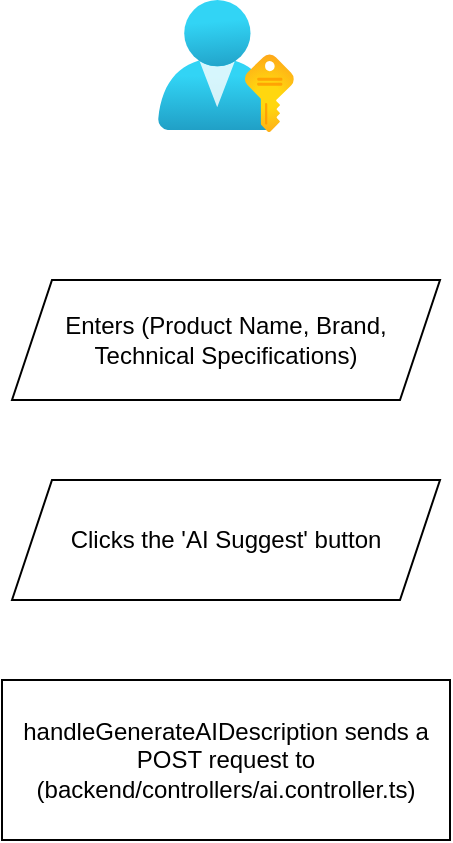
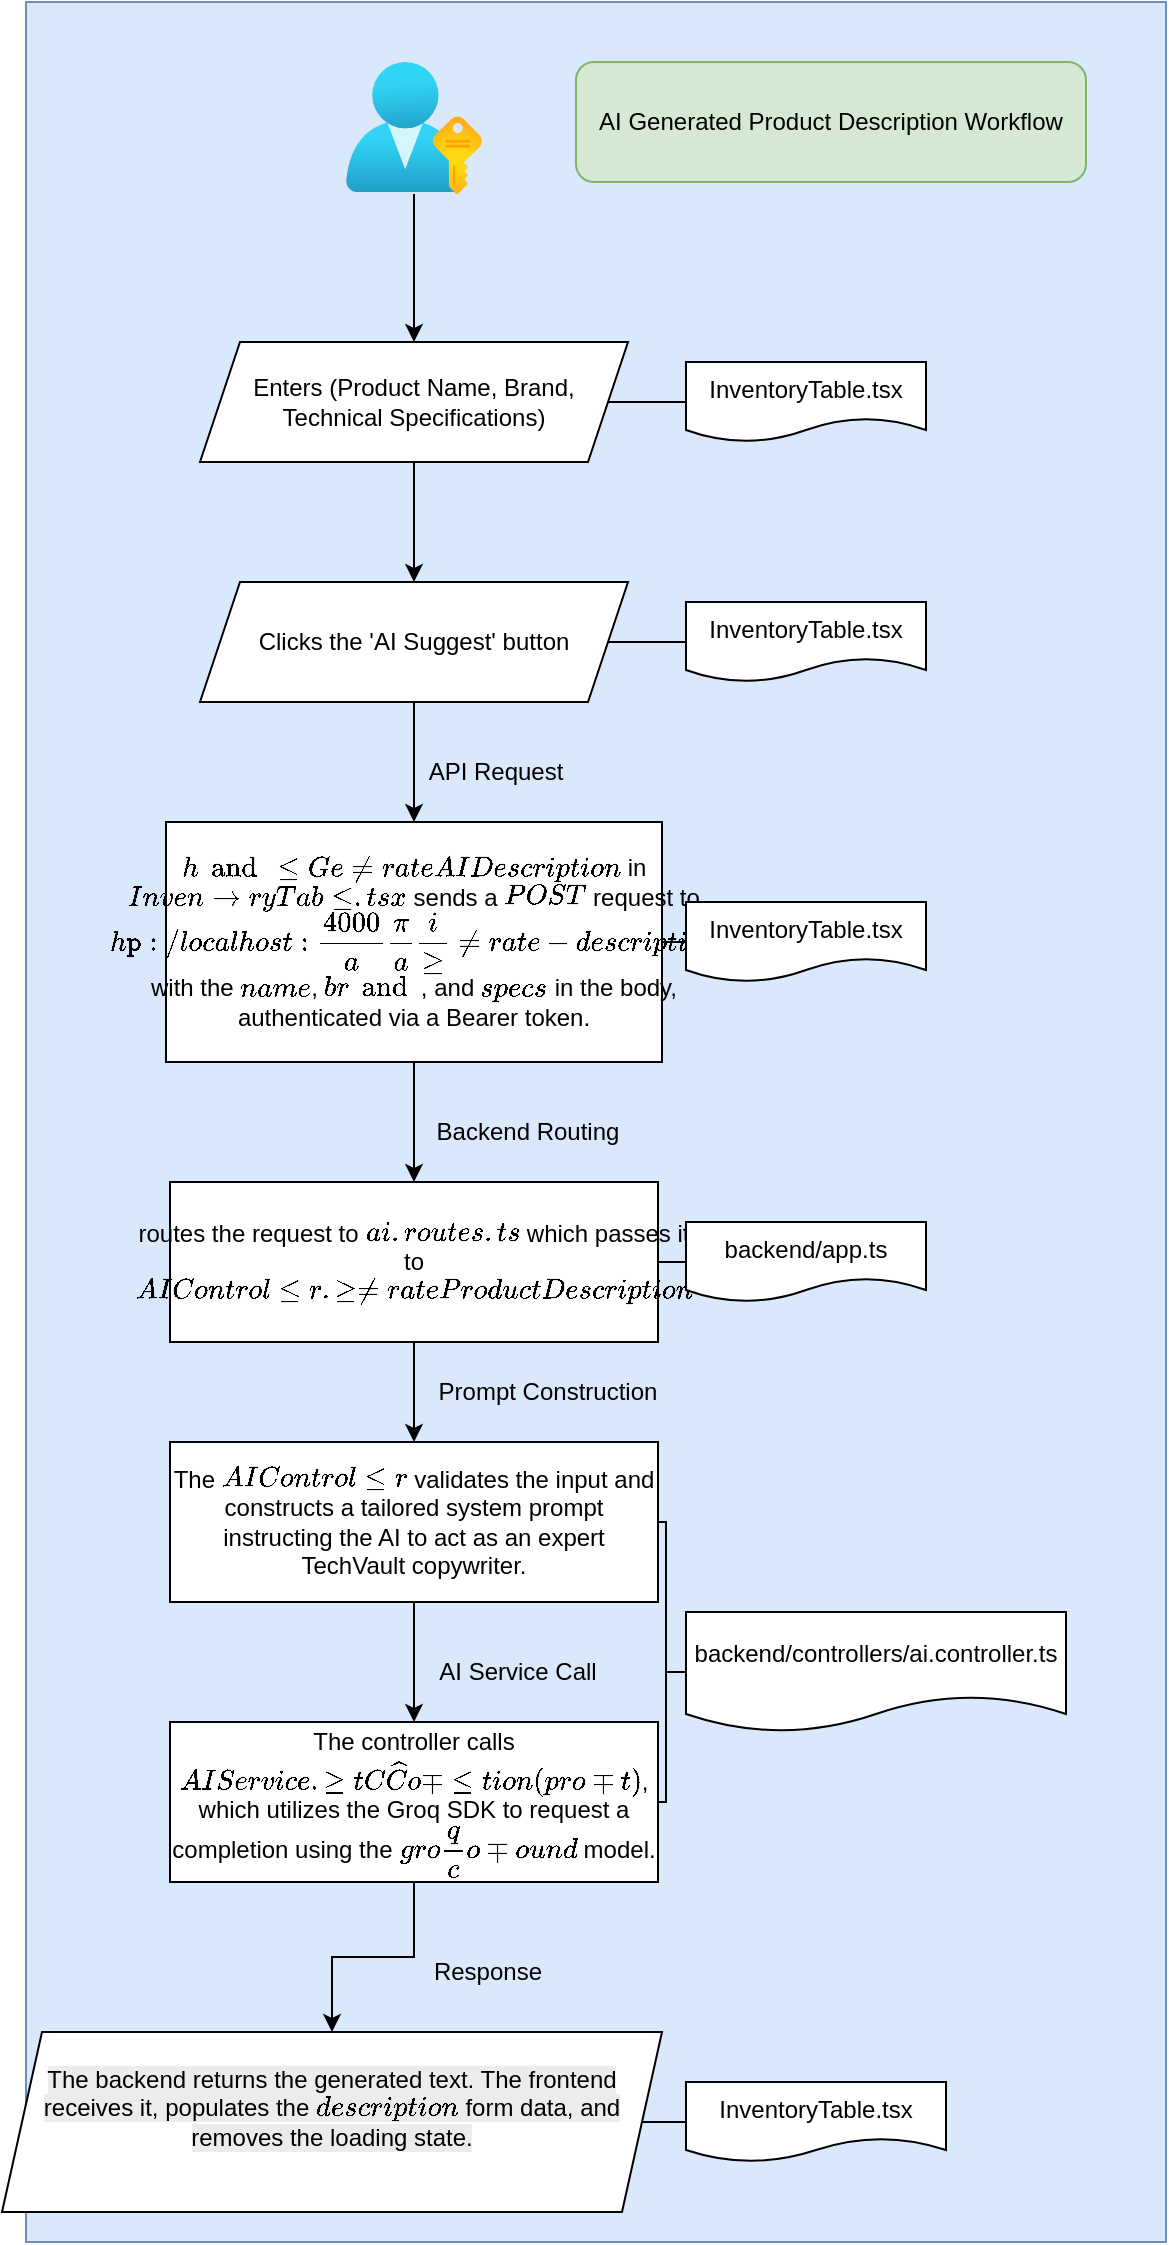
<mxfile host="app.diagrams.net">
  <diagram name="Page-1" id="7jEEnwGSbGQ9YuERxCwW">
-     <mxGraphModel dx="501" dy="658" grid="1" gridSize="10" guides="1" tooltips="1" connect="1" arrows="1" fold="1" page="1" pageScale="1" pageWidth="850" pageHeight="1100" math="0" shadow="0">
+     <mxGraphModel dx="548" dy="731" grid="1" gridSize="10" guides="1" tooltips="1" connect="1" arrows="1" fold="1" page="1" pageScale="1" pageWidth="850" pageHeight="1100" math="0" shadow="0">
      <root>
        <mxCell id="0" />
        <mxCell id="1" parent="0" />
+         <mxCell id="iRtOR4c1H5JokSyUzZ0d-35" parent="1" style="rounded=0;whiteSpace=wrap;html=1;fillColor=#dae8fc;strokeColor=#6c8ebf;" value="" vertex="1">
+           <mxGeometry height="1120" width="570" x="150" y="50" as="geometry" />
+         </mxCell>
+         <mxCell id="iRtOR4c1H5JokSyUzZ0d-8" edge="1" parent="1" source="RIM427N2f4PVStd9wBQW-1" style="edgeStyle=orthogonalEdgeStyle;rounded=0;orthogonalLoop=1;jettySize=auto;html=1;entryX=0.5;entryY=0;entryDx=0;entryDy=0;" target="RIM427N2f4PVStd9wBQW-2">
+           <mxGeometry relative="1" as="geometry" />
+         </mxCell>
        <mxCell id="RIM427N2f4PVStd9wBQW-1" parent="1" style="image;aspect=fixed;html=1;points=[];align=center;fontSize=12;image=img/lib/azure2/azure_stack/User_Subscriptions.svg;" value="" vertex="1">
          <mxGeometry height="66" width="68" x="310" y="80" as="geometry" />
+         </mxCell>
+         <mxCell id="iRtOR4c1H5JokSyUzZ0d-1" edge="1" parent="1" source="RIM427N2f4PVStd9wBQW-2" style="edgeStyle=orthogonalEdgeStyle;rounded=0;orthogonalLoop=1;jettySize=auto;html=1;exitX=0.5;exitY=1;exitDx=0;exitDy=0;entryX=0.5;entryY=0;entryDx=0;entryDy=0;" target="ow8syoF-5MTw8LeSItwj-2">
+           <mxGeometry relative="1" as="geometry" />
+         </mxCell>
+         <mxCell id="iRtOR4c1H5JokSyUzZ0d-37" edge="1" parent="1" source="RIM427N2f4PVStd9wBQW-2" style="edgeStyle=orthogonalEdgeStyle;rounded=0;orthogonalLoop=1;jettySize=auto;html=1;exitX=1;exitY=0.5;exitDx=0;exitDy=0;entryX=0;entryY=0.5;entryDx=0;entryDy=0;endArrow=none;endFill=0;" target="iRtOR4c1H5JokSyUzZ0d-36">
+           <mxGeometry relative="1" as="geometry" />
        </mxCell>
        <mxCell id="RIM427N2f4PVStd9wBQW-2" parent="1" style="shape=parallelogram;perimeter=parallelogramPerimeter;whiteSpace=wrap;html=1;fixedSize=1;" value="Enters (Product Name, Brand, Technical Specifications)" vertex="1">
          <mxGeometry height="60" width="214" x="237" y="220" as="geometry" />
        </mxCell>
-         <mxCell id="ow8syoF-5MTw8LeSItwj-1" parent="1" style="rounded=0;whiteSpace=wrap;html=1;" value="handleGenerateAIDescription sends a POST request to (backend/controllers/ai.controller.ts)" vertex="1">
-           <mxGeometry height="80" width="224" x="232" y="420" as="geometry" />
+         <mxCell id="iRtOR4c1H5JokSyUzZ0d-7" edge="1" parent="1" source="ow8syoF-5MTw8LeSItwj-1" style="edgeStyle=orthogonalEdgeStyle;rounded=0;orthogonalLoop=1;jettySize=auto;html=1;exitX=1;exitY=0.5;exitDx=0;exitDy=0;entryX=0;entryY=0.5;entryDx=0;entryDy=0;endArrow=none;endFill=0;" target="iRtOR4c1H5JokSyUzZ0d-6">
+           <mxGeometry relative="1" as="geometry" />
+         </mxCell>
+         <mxCell id="iRtOR4c1H5JokSyUzZ0d-17" edge="1" parent="1" source="ow8syoF-5MTw8LeSItwj-1" style="edgeStyle=orthogonalEdgeStyle;rounded=0;orthogonalLoop=1;jettySize=auto;html=1;exitX=0.5;exitY=1;exitDx=0;exitDy=0;entryX=0.5;entryY=0;entryDx=0;entryDy=0;" target="iRtOR4c1H5JokSyUzZ0d-14">
+           <mxGeometry relative="1" as="geometry" />
+         </mxCell>
+         <mxCell id="ow8syoF-5MTw8LeSItwj-1" parent="1" style="rounded=0;whiteSpace=wrap;html=1;align=center;" value="&lt;div style=&quot;&quot;&gt;&lt;span style=&quot;background-color: transparent; color: light-dark(rgb(0, 0, 0), rgb(255, 255, 255));&quot;&gt;`handleGenerateAIDescription` in `InventoryTable.tsx` sends a `POST` request to `http://localhost:4000/api/ai/generate-description` with the `name`, `brand`, and `specs` in the body, authenticated via a Bearer token.&lt;/span&gt;&lt;/div&gt;" vertex="1">
+           <mxGeometry height="120" width="248" x="220" y="460" as="geometry" />
+         </mxCell>
+         <mxCell id="iRtOR4c1H5JokSyUzZ0d-2" edge="1" parent="1" source="ow8syoF-5MTw8LeSItwj-2" style="edgeStyle=orthogonalEdgeStyle;rounded=0;orthogonalLoop=1;jettySize=auto;html=1;exitX=0.5;exitY=1;exitDx=0;exitDy=0;entryX=0.5;entryY=0;entryDx=0;entryDy=0;" target="ow8syoF-5MTw8LeSItwj-1">
+           <mxGeometry relative="1" as="geometry" />
+         </mxCell>
+         <mxCell id="iRtOR4c1H5JokSyUzZ0d-5" edge="1" parent="1" source="ow8syoF-5MTw8LeSItwj-2" style="edgeStyle=orthogonalEdgeStyle;rounded=0;orthogonalLoop=1;jettySize=auto;html=1;exitX=1;exitY=0.5;exitDx=0;exitDy=0;entryX=0;entryY=0.5;entryDx=0;entryDy=0;endArrow=none;endFill=0;" target="iRtOR4c1H5JokSyUzZ0d-4">
+           <mxGeometry relative="1" as="geometry" />
        </mxCell>
        <mxCell id="ow8syoF-5MTw8LeSItwj-2" parent="1" style="shape=parallelogram;perimeter=parallelogramPerimeter;whiteSpace=wrap;html=1;fixedSize=1;" value="Clicks the &#39;AI Suggest&#39; button" vertex="1">
-           <mxGeometry height="60" width="214" x="237" y="320" as="geometry" />
+           <mxGeometry height="60" width="214" x="237" y="340" as="geometry" />
+         </mxCell>
+         <mxCell id="iRtOR4c1H5JokSyUzZ0d-3" parent="1" style="text;html=1;whiteSpace=wrap;strokeColor=none;fillColor=none;align=center;verticalAlign=middle;rounded=0;" value="API Request" vertex="1">
+           <mxGeometry height="30" width="80" x="345" y="420" as="geometry" />
+         </mxCell>
+         <mxCell id="iRtOR4c1H5JokSyUzZ0d-4" parent="1" style="shape=document;whiteSpace=wrap;html=1;boundedLbl=1;" value="InventoryTable.tsx" vertex="1">
+           <mxGeometry height="40" width="120" x="480" y="350" as="geometry" />
+         </mxCell>
+         <mxCell id="iRtOR4c1H5JokSyUzZ0d-6" parent="1" style="shape=document;whiteSpace=wrap;html=1;boundedLbl=1;" value="InventoryTable.tsx" vertex="1">
+           <mxGeometry height="40" width="120" x="480" y="500" as="geometry" />
+         </mxCell>
+         <mxCell id="iRtOR4c1H5JokSyUzZ0d-16" edge="1" parent="1" source="iRtOR4c1H5JokSyUzZ0d-14" style="edgeStyle=orthogonalEdgeStyle;rounded=0;orthogonalLoop=1;jettySize=auto;html=1;exitX=1;exitY=0.5;exitDx=0;exitDy=0;entryX=0;entryY=0.5;entryDx=0;entryDy=0;endArrow=none;endFill=0;" target="iRtOR4c1H5JokSyUzZ0d-15">
+           <mxGeometry relative="1" as="geometry" />
+         </mxCell>
+         <mxCell id="iRtOR4c1H5JokSyUzZ0d-19" edge="1" parent="1" source="iRtOR4c1H5JokSyUzZ0d-14" style="edgeStyle=orthogonalEdgeStyle;rounded=0;orthogonalLoop=1;jettySize=auto;html=1;exitX=0.5;exitY=1;exitDx=0;exitDy=0;entryX=0.5;entryY=0;entryDx=0;entryDy=0;" target="iRtOR4c1H5JokSyUzZ0d-18">
+           <mxGeometry relative="1" as="geometry" />
+         </mxCell>
+         <mxCell id="iRtOR4c1H5JokSyUzZ0d-14" parent="1" style="whiteSpace=wrap;html=1;" value="routes the request to `ai.routes.ts` which passes it to `AIController.generateProductDescription`" vertex="1">
+           <mxGeometry height="80" width="244" x="222" y="640" as="geometry" />
+         </mxCell>
+         <mxCell id="iRtOR4c1H5JokSyUzZ0d-15" parent="1" style="shape=document;whiteSpace=wrap;html=1;boundedLbl=1;" value="backend/app.ts" vertex="1">
+           <mxGeometry height="40" width="120" x="480" y="660" as="geometry" />
+         </mxCell>
+         <mxCell id="iRtOR4c1H5JokSyUzZ0d-21" edge="1" parent="1" source="iRtOR4c1H5JokSyUzZ0d-18" style="edgeStyle=orthogonalEdgeStyle;rounded=0;orthogonalLoop=1;jettySize=auto;html=1;exitX=0.5;exitY=1;exitDx=0;exitDy=0;entryX=0.5;entryY=0;entryDx=0;entryDy=0;" target="iRtOR4c1H5JokSyUzZ0d-20">
+           <mxGeometry relative="1" as="geometry" />
+         </mxCell>
+         <mxCell id="iRtOR4c1H5JokSyUzZ0d-23" edge="1" parent="1" source="iRtOR4c1H5JokSyUzZ0d-18" style="edgeStyle=orthogonalEdgeStyle;rounded=0;orthogonalLoop=1;jettySize=auto;html=1;exitX=1;exitY=0.5;exitDx=0;exitDy=0;entryX=0;entryY=0.5;entryDx=0;entryDy=0;endArrow=none;endFill=0;" target="iRtOR4c1H5JokSyUzZ0d-22">
+           <mxGeometry relative="1" as="geometry">
+             <Array as="points">
+               <mxPoint x="470" y="810" />
+               <mxPoint x="470" y="885" />
+             </Array>
+           </mxGeometry>
+         </mxCell>
+         <mxCell id="iRtOR4c1H5JokSyUzZ0d-18" parent="1" style="whiteSpace=wrap;html=1;" value="The `AIController` validates the input and constructs a tailored system prompt instructing the AI to act as an expert TechVault copywriter." vertex="1">
+           <mxGeometry height="80" width="244" x="222" y="770" as="geometry" />
+         </mxCell>
+         <mxCell id="iRtOR4c1H5JokSyUzZ0d-31" edge="1" parent="1" source="iRtOR4c1H5JokSyUzZ0d-20" style="edgeStyle=orthogonalEdgeStyle;rounded=0;orthogonalLoop=1;jettySize=auto;html=1;exitX=1;exitY=0.5;exitDx=0;exitDy=0;entryX=0;entryY=0.5;entryDx=0;entryDy=0;endArrow=none;endFill=0;" target="iRtOR4c1H5JokSyUzZ0d-22">
+           <mxGeometry relative="1" as="geometry">
+             <Array as="points">
+               <mxPoint x="470" y="950" />
+               <mxPoint x="470" y="885" />
+             </Array>
+           </mxGeometry>
+         </mxCell>
+         <mxCell id="iRtOR4c1H5JokSyUzZ0d-41" edge="1" parent="1" source="iRtOR4c1H5JokSyUzZ0d-20" style="edgeStyle=orthogonalEdgeStyle;rounded=0;orthogonalLoop=1;jettySize=auto;html=1;exitX=0.5;exitY=1;exitDx=0;exitDy=0;entryX=0.5;entryY=0;entryDx=0;entryDy=0;" target="iRtOR4c1H5JokSyUzZ0d-40">
+           <mxGeometry relative="1" as="geometry" />
+         </mxCell>
+         <mxCell id="iRtOR4c1H5JokSyUzZ0d-20" parent="1" style="whiteSpace=wrap;html=1;" value="The controller calls `AIService.getChatCompletion(prompt)`, which utilizes the Groq SDK to request a completion using the `groq/compound` model." vertex="1">
+           <mxGeometry height="80" width="244" x="222" y="910" as="geometry" />
+         </mxCell>
+         <mxCell id="iRtOR4c1H5JokSyUzZ0d-22" parent="1" style="shape=document;whiteSpace=wrap;html=1;boundedLbl=1;" value="backend/controllers/ai.controller.ts" vertex="1">
+           <mxGeometry height="60" width="190" x="480" y="855" as="geometry" />
+         </mxCell>
+         <mxCell id="iRtOR4c1H5JokSyUzZ0d-24" parent="1" style="text;html=1;whiteSpace=wrap;strokeColor=none;fillColor=none;align=center;verticalAlign=middle;rounded=0;" value="Backend Routing" vertex="1">
+           <mxGeometry height="30" width="100" x="351" y="600" as="geometry" />
+         </mxCell>
+         <mxCell id="iRtOR4c1H5JokSyUzZ0d-25" parent="1" style="text;html=1;whiteSpace=wrap;strokeColor=none;fillColor=none;align=center;verticalAlign=middle;rounded=0;" value="Prompt Construction" vertex="1">
+           <mxGeometry height="30" width="120" x="351" y="730" as="geometry" />
+         </mxCell>
+         <mxCell id="iRtOR4c1H5JokSyUzZ0d-26" parent="1" style="text;html=1;whiteSpace=wrap;strokeColor=none;fillColor=none;align=center;verticalAlign=middle;rounded=0;" value="AI Service Call" vertex="1">
+           <mxGeometry height="30" width="90" x="351" y="870" as="geometry" />
+         </mxCell>
+         <mxCell id="iRtOR4c1H5JokSyUzZ0d-29" parent="1" style="text;html=1;whiteSpace=wrap;strokeColor=none;fillColor=none;align=center;verticalAlign=middle;rounded=0;" value="Response" vertex="1">
+           <mxGeometry height="30" width="60" x="351" y="1020" as="geometry" />
+         </mxCell>
+         <mxCell id="iRtOR4c1H5JokSyUzZ0d-32" parent="1" style="shape=document;whiteSpace=wrap;html=1;boundedLbl=1;" value="InventoryTable.tsx" vertex="1">
+           <mxGeometry height="40" width="130" x="480" y="1090" as="geometry" />
+         </mxCell>
+         <mxCell id="iRtOR4c1H5JokSyUzZ0d-36" parent="1" style="shape=document;whiteSpace=wrap;html=1;boundedLbl=1;" value="InventoryTable.tsx" vertex="1">
+           <mxGeometry height="40" width="120" x="480" y="230" as="geometry" />
+         </mxCell>
+         <mxCell id="iRtOR4c1H5JokSyUzZ0d-38" parent="1" style="rounded=1;whiteSpace=wrap;html=1;fillColor=#d5e8d4;strokeColor=#82b366;" value="AI Generated Product Description Workflow" vertex="1">
+           <mxGeometry height="60" width="255" x="425" y="80" as="geometry" />
+         </mxCell>
+         <mxCell id="iRtOR4c1H5JokSyUzZ0d-42" edge="1" parent="1" source="iRtOR4c1H5JokSyUzZ0d-40" style="edgeStyle=orthogonalEdgeStyle;rounded=0;orthogonalLoop=1;jettySize=auto;html=1;exitX=1;exitY=0.5;exitDx=0;exitDy=0;entryX=0;entryY=0.5;entryDx=0;entryDy=0;endArrow=none;endFill=0;" target="iRtOR4c1H5JokSyUzZ0d-32">
+           <mxGeometry relative="1" as="geometry" />
+         </mxCell>
+         <mxCell id="iRtOR4c1H5JokSyUzZ0d-40" parent="1" style="shape=parallelogram;perimeter=parallelogramPerimeter;whiteSpace=wrap;html=1;fixedSize=1;" value="&#xa;&lt;span style=&quot;color: rgb(0, 0, 0); font-family: Helvetica; font-size: 12px; font-style: normal; font-variant-ligatures: normal; font-variant-caps: normal; font-weight: 400; letter-spacing: normal; orphans: 2; text-align: center; text-indent: 0px; text-transform: none; widows: 2; word-spacing: 0px; -webkit-text-stroke-width: 0px; white-space: normal; background-color: rgb(236, 236, 236); text-decoration-thickness: initial; text-decoration-style: initial; text-decoration-color: initial; display: inline !important; float: none;&quot;&gt;The backend returns the generated text. The frontend receives it, populates the `description` form data, and removes the loading state.&lt;/span&gt;&#xa;&#xa;" vertex="1">
+           <mxGeometry height="90" width="330" x="138" y="1065" as="geometry" />
        </mxCell>
      </root>
    </mxGraphModel>
  </diagram>
</mxfile>
